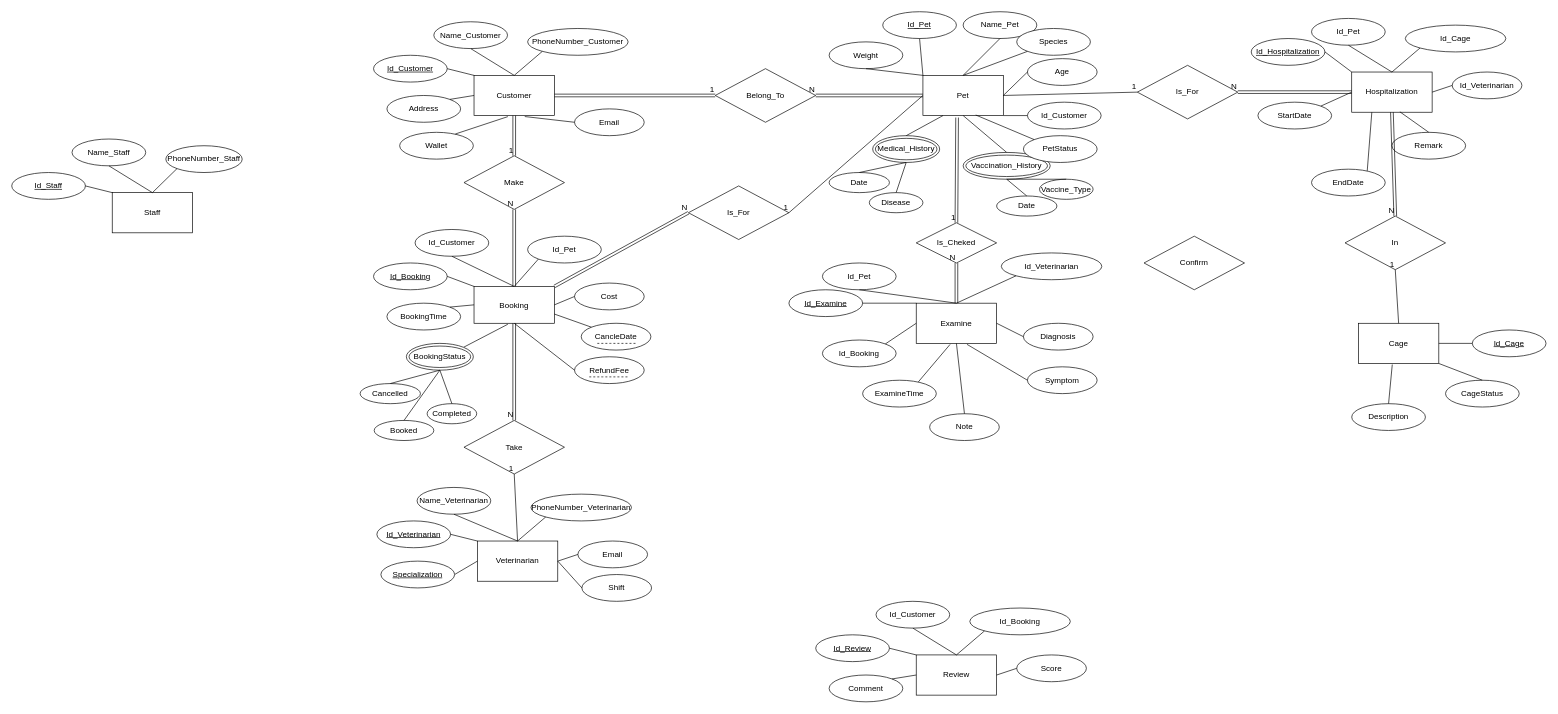
Before: ERDOfProject.drawio in haq1904/PetHealthCareSystemProject, a draw.io diagram. Source tidied: cells renumbered, new cells numbered last; positions are measured from the earlier drawing's top-left corner, leaving out a move shared by most shapes. Both pictures are drawn from the tidied source at 67%, with x=0, y=0 at pixel (11, 11).
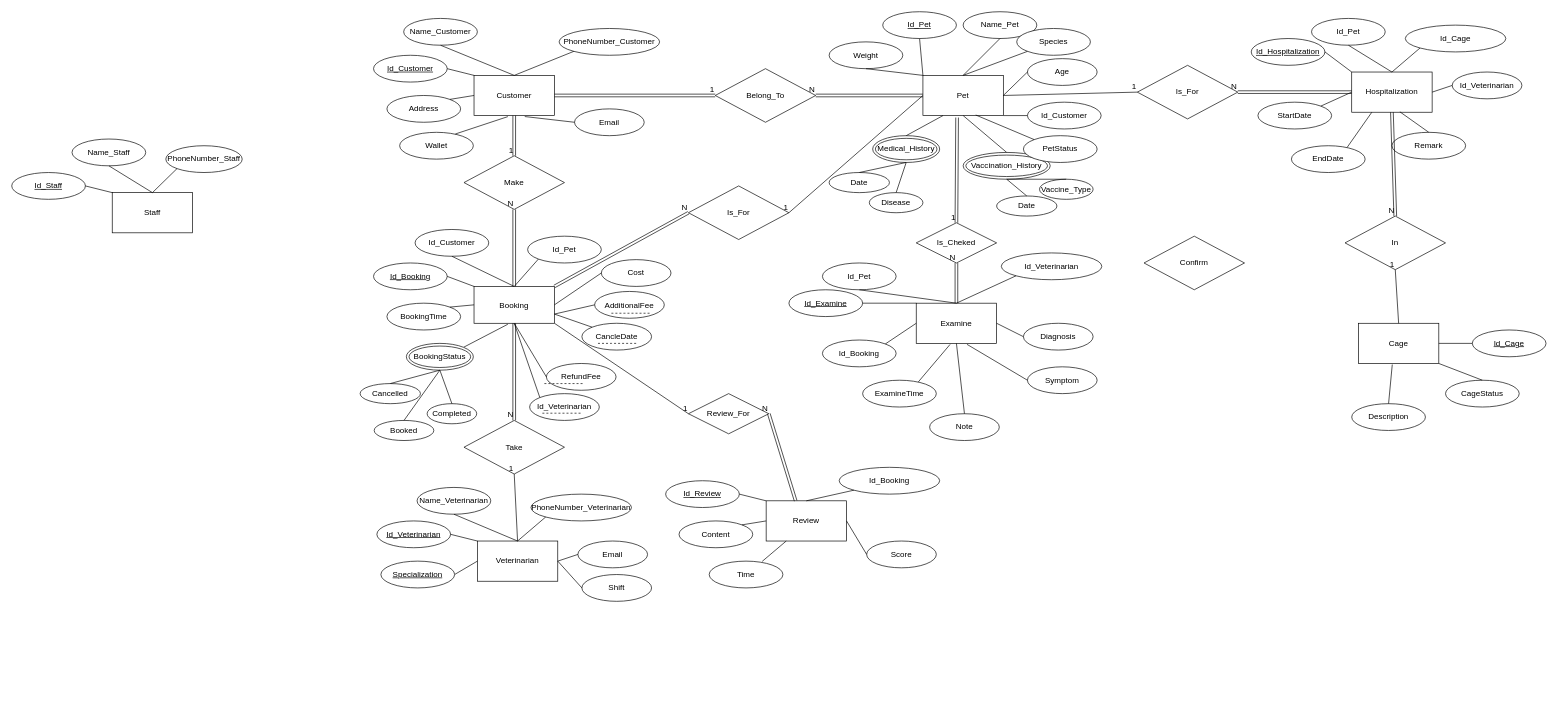
The same page after the edit.

Commit message:
Cập nhật ERDOfProject.drawio

Unchanged cells that the change refers to:
```xml
<mxCell id="58" value="Booking" style="rounded=0;whiteSpace=wrap;html=1;" parent="1" vertex="1">
  <mxGeometry x="690" y="410" width="120" height="55" as="geometry" />
</mxCell>
```

What changed in the source:
```diff
@@
     <mxCell id="5" value="Name_Customer" style="ellipse;whiteSpace=wrap;html=1;" parent="1" vertex="1">
-      <mxGeometry x="630" y="15" width="110" height="40" as="geometry" />
+      <mxGeometry x="585" y="10" width="110" height="40" as="geometry" />
     </mxCell>
     <mxCell id="6" value="PhoneNumber_Customer" style="ellipse;whiteSpace=wrap;html=1;" parent="1" vertex="1">
-      <mxGeometry x="770" y="25" width="150" height="40" as="geometry" />
+      <mxGeometry x="817" y="25" width="150" height="40" as="geometry" />
     </mxCell>
@@
     <mxCell id="63" value="Cost" style="ellipse;whiteSpace=wrap;html=1;" parent="1" vertex="1">
-      <mxGeometry x="840" y="405" width="104" height="40" as="geometry" />
+      <mxGeometry x="880" y="370" width="104" height="40" as="geometry" />
     </mxCell>
@@
     <mxCell id="79" value="CancleDate" style="ellipse;whiteSpace=wrap;html=1;" parent="1" vertex="1">
-      <mxGeometry x="850" y="465" width="104" height="40" as="geometry" />
+      <mxGeometry x="851" y="465" width="104" height="40" as="geometry" />
     </mxCell>
     <mxCell id="80" style="endArrow=none;dashed=1;html=1;rounded=0;" parent="1" edge="1">
       <mxGeometry relative="1" as="geometry">
-        <mxPoint x="874" y="495" as="sourcePoint" />
-        <mxPoint x="934" y="495" as="targetPoint" />
+        <mxPoint x="875" y="495" as="sourcePoint" />
+        <mxPoint x="935" y="495" as="targetPoint" />
         <Array as="points">
-          <mxPoint x="894" y="495" />
+          <mxPoint x="895" y="495" />
         </Array>
       </mxGeometry>
     </mxCell>
@@
     <mxCell id="82" value="RefundFee" style="ellipse;whiteSpace=wrap;html=1;" parent="1" vertex="1">
-      <mxGeometry x="840" y="515" width="104" height="40" as="geometry" />
+      <mxGeometry x="798" y="525" width="104" height="40" as="geometry" />
     </mxCell>
     <mxCell id="83" style="endArrow=none;dashed=1;html=1;rounded=0;" parent="1" edge="1">
       <mxGeometry relative="1" as="geometry">
-        <mxPoint x="862" y="545" as="sourcePoint" />
-        <mxPoint x="922" y="545" as="targetPoint" />
+        <mxPoint x="795" y="555" as="sourcePoint" />
+        <mxPoint x="855" y="555" as="targetPoint" />
         <Array as="points">
-          <mxPoint x="882" y="545" />
+          <mxPoint x="815" y="555" />
         </Array>
       </mxGeometry>
     </mxCell>
@@
     <mxCell id="98" value="EndDate" style="ellipse;whiteSpace=wrap;html=1;" parent="1" vertex="1">
-      <mxGeometry x="1940" y="235" width="110" height="40" as="geometry" />
+      <mxGeometry x="1910" y="200" width="110" height="40" as="geometry" />
     </mxCell>
@@
     <mxCell id="107" value="Review" style="rounded=0;whiteSpace=wrap;html=1;" parent="1" vertex="1">
-      <mxGeometry x="1350" y="960" width="120" height="60" as="geometry" />
+      <mxGeometry x="1126" y="730" width="120" height="60" as="geometry" />
     </mxCell>
     <mxCell id="108" value="&lt;u&gt;Id_Review&lt;/u&gt;" style="ellipse;whiteSpace=wrap;html=1;" parent="1" vertex="1">
-      <mxGeometry x="1200" y="930" width="110" height="40" as="geometry" />
+      <mxGeometry x="976" y="700" width="110" height="40" as="geometry" />
     </mxCell>
-    <mxCell id="109" value="Comment" style="ellipse;whiteSpace=wrap;html=1;" parent="1" vertex="1">
-      <mxGeometry x="1220" y="990" width="110" height="40" as="geometry" />
+    <mxCell id="109" value="Content" style="ellipse;whiteSpace=wrap;html=1;" parent="1" vertex="1">
+      <mxGeometry x="996" y="760" width="110" height="40" as="geometry" />
     </mxCell>
-    <mxCell id="110" value="Id_Customer" style="ellipse;whiteSpace=wrap;html=1;" parent="1" vertex="1">
-      <mxGeometry x="1290" y="880" width="110" height="40" as="geometry" />
-    </mxCell>
     <mxCell id="111" value="Id_Booking" style="ellipse;whiteSpace=wrap;html=1;" parent="1" vertex="1">
-      <mxGeometry x="1430" y="890" width="150" height="40" as="geometry" />
+      <mxGeometry x="1235" y="680" width="150" height="40" as="geometry" />
     </mxCell>
     <mxCell id="112" value="Score" style="ellipse;whiteSpace=wrap;html=1;" parent="1" vertex="1">
-      <mxGeometry x="1500" y="960" width="104" height="40" as="geometry" />
+      <mxGeometry x="1276" y="790" width="104" height="40" as="geometry" />
     </mxCell>
@@
-    <mxCell id="114" style="endArrow=none;html=1;rounded=0;exitX=0.5;exitY=1;exitDx=0;exitDy=0;entryX=0.5;entryY=0;entryDx=0;entryDy=0;" parent="1" edge="1" source="110" target="107">
-      <mxGeometry relative="1" as="geometry" />
-    </mxCell>
@@
+    <mxCell id="173" value="Id_Veterinarian" style="ellipse;whiteSpace=wrap;html=1;" parent="1" vertex="1">
+      <mxGeometry x="773" y="570" width="104" height="40" as="geometry" />
+    </mxCell>
+    <mxCell id="174" style="endArrow=none;dashed=1;html=1;rounded=0;" parent="1" edge="1">
+      <mxGeometry relative="1" as="geometry">
+        <mxPoint x="792" y="599.2" as="sourcePoint" />
+        <mxPoint x="852" y="599.2" as="targetPoint" />
+        <Array as="points">
+          <mxPoint x="812" y="599.2" />
+        </Array>
+      </mxGeometry>
+    </mxCell>
+    <mxCell id="175" style="endArrow=none;html=1;rounded=0;exitX=0.5;exitY=1;exitDx=0;exitDy=0;entryX=0;entryY=0;entryDx=0;entryDy=0;" parent="1" edge="1" source="58" target="173">
+      <mxGeometry relative="1" as="geometry" />
+    </mxCell>
+    <mxCell id="176" value="AdditionalFee" style="ellipse;whiteSpace=wrap;html=1;" parent="1" vertex="1">
+      <mxGeometry x="870" y="417.5" width="104" height="40" as="geometry" />
+    </mxCell>
+    <mxCell id="177" style="endArrow=none;html=1;rounded=0;entryX=0;entryY=0.5;entryDx=0;entryDy=0;exitX=1;exitY=0.75;exitDx=0;exitDy=0;" parent="1" edge="1" source="58" target="176">
+      <mxGeometry relative="1" as="geometry" />
+    </mxCell>
+    <mxCell id="178" style="endArrow=none;dashed=1;html=1;rounded=0;" parent="1" edge="1">
+      <mxGeometry relative="1" as="geometry">
+        <mxPoint x="895" y="450" as="sourcePoint" />
+        <mxPoint x="955" y="450" as="targetPoint" />
+        <Array as="points">
+          <mxPoint x="915" y="450" />
+        </Array>
+      </mxGeometry>
+    </mxCell>
+    <mxCell id="179" value="Time" style="ellipse;whiteSpace=wrap;html=1;" parent="1" vertex="1">
+      <mxGeometry x="1041" y="820" width="110" height="40" as="geometry" />
+    </mxCell>
+    <mxCell id="180" style="endArrow=none;html=1;rounded=0;exitX=0.719;exitY=0.01;exitDx=0;exitDy=0;exitPerimeter=0;entryX=0.25;entryY=1;entryDx=0;entryDy=0;" parent="1" edge="1" source="179" target="107">
+      <mxGeometry relative="1" as="geometry" />
+    </mxCell>
+    <mxCell id="181" value="Review_For" style="shape=rhombus;perimeter=rhombusPerimeter;whiteSpace=wrap;html=1;align=center;" parent="1" vertex="1">
+      <mxGeometry x="1010" y="570" width="120" height="60" as="geometry" />
+    </mxCell>
+    <mxCell id="182" style="endArrow=none;html=1;rounded=0;exitX=1;exitY=1;exitDx=0;exitDy=0;entryX=0;entryY=0.5;entryDx=0;entryDy=0;" parent="1" edge="1" source="58" target="181">
+      <mxGeometry relative="1" as="geometry" />
+    </mxCell>
+    <mxCell id="183" value="1" style="html=1;whiteSpace=wrap;align=right;verticalAlign=bottom;" parent="182" vertex="1">
+      <mxGeometry x="1" relative="1" as="geometry" />
+    </mxCell>
+    <mxCell id="184" style="shape=link;html=1;rounded=0;entryX=1;entryY=0.5;entryDx=0;entryDy=0;exitX=0.367;exitY=0;exitDx=0;exitDy=0;exitPerimeter=0;" parent="1" edge="1" source="107" target="181">
+      <mxGeometry relative="1" as="geometry" />
+    </mxCell>
+    <mxCell id="185" value="N" style="html=1;whiteSpace=wrap;align=right;verticalAlign=bottom;" parent="184" vertex="1">
+      <mxGeometry x="1" relative="1" as="geometry" />
+    </mxCell>
```
